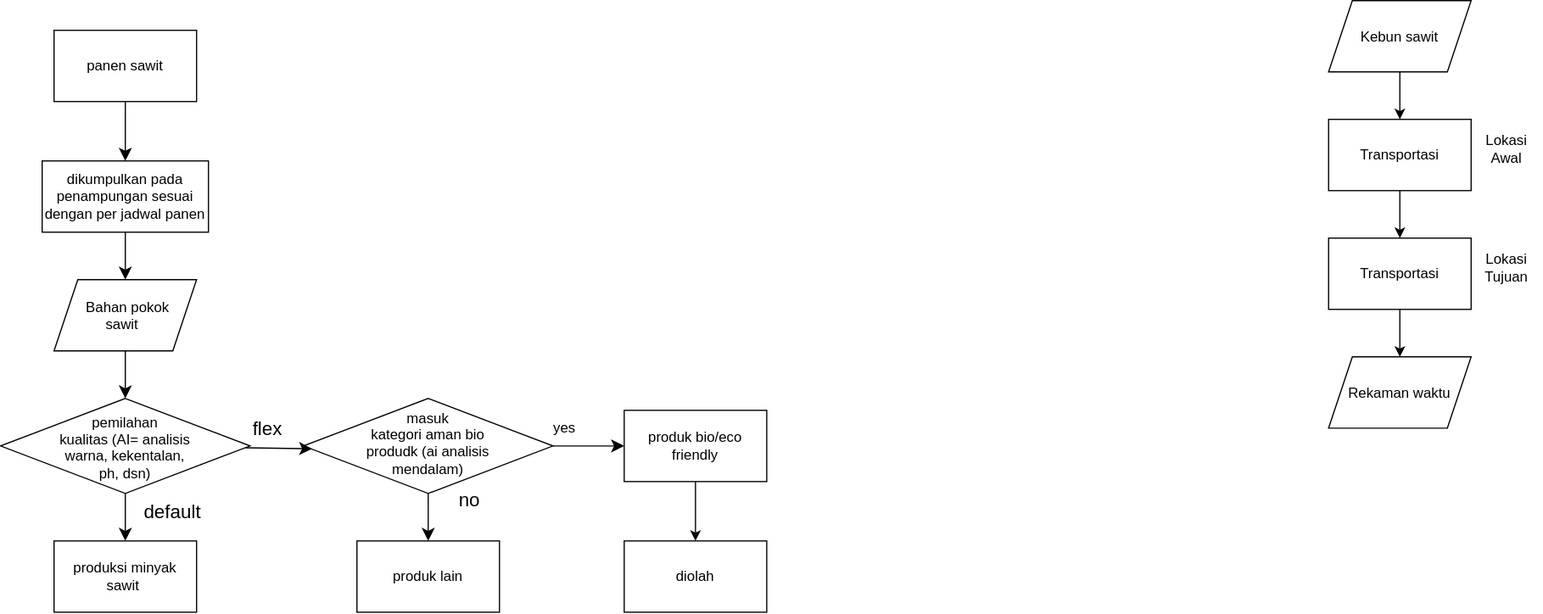
Before: Diagram seluruh rangka project.drawio.svg, a diagram exported from draw.io (marrrinmarmar/sawight). Source tidied: cells renumbered, new cells last; positions are measured from the earlier drawing's top-left corner, leaving out a move shared by most shapes.
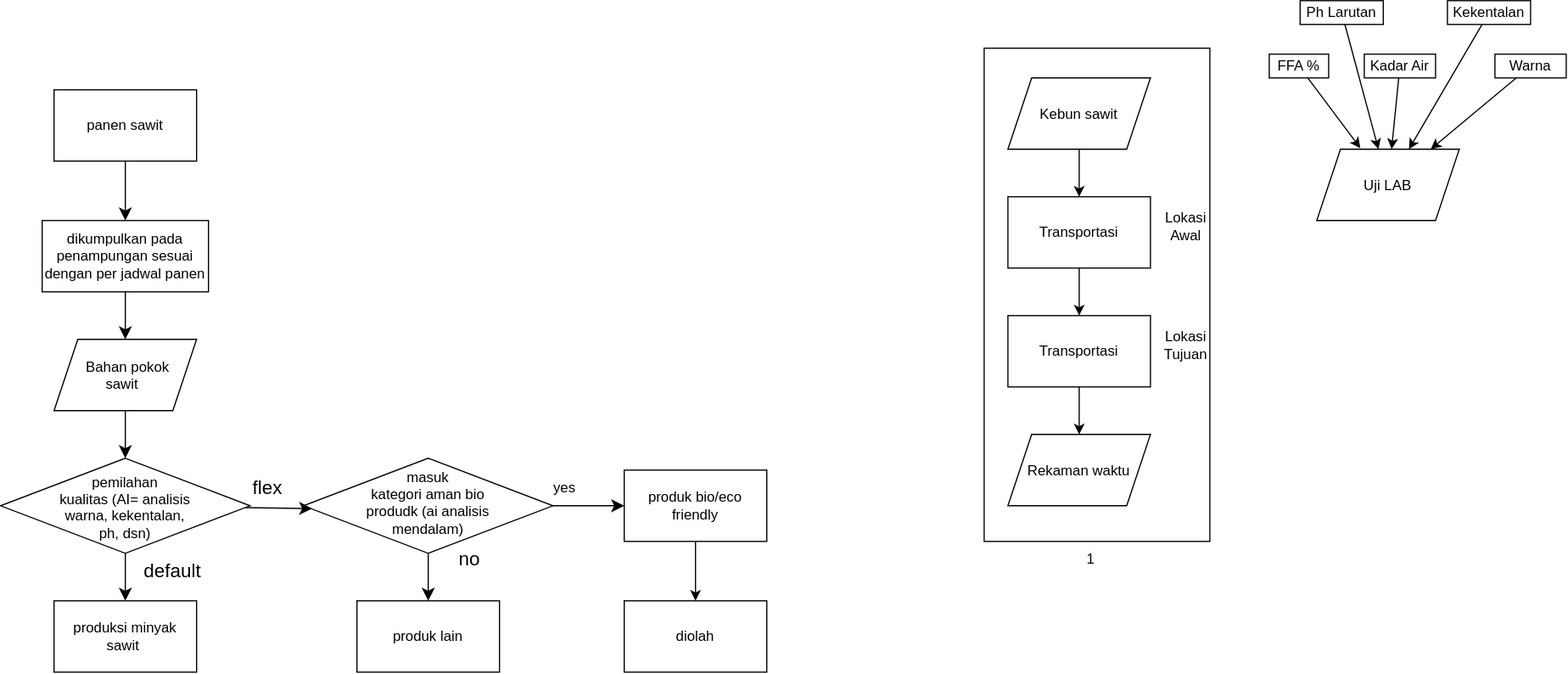
The same diagram one commit later.

The edit, as a diff of the source:
```diff
@@ -65,32 +65,77 @@
     <mxCell id="22" value="diolah" style="whiteSpace=wrap;html=1;" parent="1" vertex="1">
       <mxGeometry x="525" y="455" width="120" height="60" as="geometry" />
     </mxCell>
+    <mxCell id="32" style="group;" parent="1" vertex="1">
+      <mxGeometry x="828" y="-10" width="200" height="445" as="geometry" />
+    </mxCell>
+    <mxCell id="33" style="group;" parent="32" vertex="1">
+      <mxGeometry x="20" y="25" width="180" height="360" as="geometry" />
+    </mxCell>
-    <mxCell id="23" style="edgeStyle=orthogonalEdgeStyle;rounded=0;jettySize=auto;html=1;defaultLabelBackgroundColor=page;" parent="1" edge="1" source="24" target="26">
+    <mxCell id="23" style="edgeStyle=orthogonalEdgeStyle;rounded=0;jettySize=auto;html=1;defaultLabelBackgroundColor=page;" parent="33" edge="1" source="24" target="26">
       <mxGeometry relative="1" as="geometry" />
     </mxCell>
-    <mxCell id="24" value="Kebun sawit" style="shape=parallelogram;perimeter=parallelogramPerimeter;whiteSpace=wrap;html=1;shapeInside=1;fixedSize=1;" parent="1" vertex="1">
-      <mxGeometry x="1118" width="120" height="60" as="geometry" />
+    <mxCell id="24" value="Kebun sawit" style="shape=parallelogram;perimeter=parallelogramPerimeter;whiteSpace=wrap;html=1;shapeInside=1;fixedSize=1;" parent="33" vertex="1">
+      <mxGeometry width="120" height="60" as="geometry" />
     </mxCell>
-    <mxCell id="25" style="edgeStyle=orthogonalEdgeStyle;rounded=0;jettySize=auto;html=1;defaultLabelBackgroundColor=page;" parent="1" edge="1" source="26" target="29">
+    <mxCell id="25" style="edgeStyle=orthogonalEdgeStyle;rounded=0;jettySize=auto;html=1;defaultLabelBackgroundColor=page;" parent="33" edge="1" source="26" target="29">
       <mxGeometry relative="1" as="geometry" />
     </mxCell>
-    <mxCell id="26" value="Transportasi" style="whiteSpace=wrap;html=1;" parent="1" vertex="1">
-      <mxGeometry x="1118" y="100" width="120" height="60" as="geometry" />
+    <mxCell id="26" value="Transportasi" style="whiteSpace=wrap;html=1;" parent="33" vertex="1">
+      <mxGeometry y="100" width="120" height="60" as="geometry" />
     </mxCell>
-    <mxCell id="27" value="Lokasi Awal" style="text;html=1;whiteSpace=wrap;strokeColor=none;fillColor=none;align=center;verticalAlign=middle;rounded=0;" parent="1" vertex="1">
-      <mxGeometry x="1238" y="110" width="60" height="30" as="geometry" />
+    <mxCell id="27" value="Lokasi Awal" style="text;html=1;whiteSpace=wrap;strokeColor=none;fillColor=none;align=center;verticalAlign=middle;rounded=0;" parent="33" vertex="1">
+      <mxGeometry x="120" y="110" width="60" height="30" as="geometry" />
     </mxCell>
-    <mxCell id="28" style="edgeStyle=orthogonalEdgeStyle;rounded=0;jettySize=auto;html=1;defaultLabelBackgroundColor=page;" parent="1" edge="1" source="29" target="31">
+    <mxCell id="28" style="edgeStyle=orthogonalEdgeStyle;rounded=0;jettySize=auto;html=1;defaultLabelBackgroundColor=page;" parent="33" edge="1" source="29" target="31">
       <mxGeometry relative="1" as="geometry" />
     </mxCell>
-    <mxCell id="29" value="Transportasi" style="whiteSpace=wrap;html=1;" parent="1" vertex="1">
-      <mxGeometry x="1118" y="200" width="120" height="60" as="geometry" />
+    <mxCell id="29" value="Transportasi" style="whiteSpace=wrap;html=1;" parent="33" vertex="1">
+      <mxGeometry y="200" width="120" height="60" as="geometry" />
     </mxCell>
-    <mxCell id="30" value="Lokasi Tujuan" style="text;html=1;whiteSpace=wrap;strokeColor=none;fillColor=none;align=center;verticalAlign=middle;rounded=0;" parent="1" vertex="1">
-      <mxGeometry x="1238" y="210" width="60" height="30" as="geometry" />
+    <mxCell id="30" value="Lokasi Tujuan" style="text;html=1;whiteSpace=wrap;strokeColor=none;fillColor=none;align=center;verticalAlign=middle;rounded=0;" parent="33" vertex="1">
+      <mxGeometry x="120" y="210" width="60" height="30" as="geometry" />
     </mxCell>
-    <mxCell id="31" value="Rekaman waktu" style="shape=parallelogram;perimeter=parallelogramPerimeter;whiteSpace=wrap;html=1;shapeInside=1;fixedSize=1;" parent="1" vertex="1">
-      <mxGeometry x="1118" y="300" width="120" height="60" as="geometry" />
+    <mxCell id="31" value="Rekaman waktu" style="shape=parallelogram;perimeter=parallelogramPerimeter;whiteSpace=wrap;html=1;shapeInside=1;fixedSize=1;" parent="33" vertex="1">
+      <mxGeometry y="300" width="120" height="60" as="geometry" />
     </mxCell>
+    <mxCell id="34" style="whiteSpace=wrap;html=1;fillColor=none;" parent="32" vertex="1">
+      <mxGeometry width="190" height="415" as="geometry" />
+    </mxCell>
+    <mxCell id="35" value="1" style="text;html=1;whiteSpace=wrap;strokeColor=none;fillColor=none;align=center;verticalAlign=middle;rounded=0;" parent="32" vertex="1">
+      <mxGeometry x="60" y="415" width="60" height="30" as="geometry" />
+    </mxCell>
+    <mxCell id="36" value="Uji LAB" style="shape=parallelogram;perimeter=parallelogramPerimeter;whiteSpace=wrap;html=1;shapeInside=1;fixedSize=1;" parent="1" vertex="1">
+      <mxGeometry x="1108" y="75" width="120" height="60" as="geometry" />
+    </mxCell>
+    <mxCell id="37" value="FFA %" style="whiteSpace=wrap;html=1;" parent="1" vertex="1">
+      <mxGeometry x="1068" y="-5" width="50" height="20" as="geometry" />
+    </mxCell>
+    <mxCell id="38" style="edgeStyle=none;rounded=0;jettySize=auto;html=1;defaultLabelBackgroundColor=page;" parent="1" edge="1" source="39" target="36">
+      <mxGeometry relative="1" as="geometry" />
+    </mxCell>
+    <mxCell id="39" value="Kadar Air" style="whiteSpace=wrap;html=1;" parent="1" vertex="1">
+      <mxGeometry x="1148" y="-5" width="60" height="20" as="geometry" />
+    </mxCell>
+    <mxCell id="40" value="Warna" style="whiteSpace=wrap;html=1;" parent="1" vertex="1">
+      <mxGeometry x="1258" y="-5" width="60" height="20" as="geometry" />
+    </mxCell>
+    <mxCell id="41" style="edgeStyle=none;rounded=0;jettySize=auto;html=1;defaultLabelBackgroundColor=page;" parent="1" edge="1" source="42" target="36">
+      <mxGeometry relative="1" as="geometry" />
+    </mxCell>
+    <mxCell id="42" value="Ph Larutan" style="whiteSpace=wrap;html=1;" parent="1" vertex="1">
+      <mxGeometry x="1094" y="-50" width="70" height="20" as="geometry" />
+    </mxCell>
+    <mxCell id="43" style="edgeStyle=none;rounded=0;jettySize=auto;html=1;defaultLabelBackgroundColor=page;" parent="1" edge="1" source="44" target="36">
+      <mxGeometry relative="1" as="geometry" />
+    </mxCell>
+    <mxCell id="44" value="Kekentalan" style="whiteSpace=wrap;html=1;" parent="1" vertex="1">
+      <mxGeometry x="1218" y="-50" width="70" height="20" as="geometry" />
+    </mxCell>
+    <mxCell id="45" style="edgeStyle=none;rounded=0;jettySize=auto;html=1;entryX=0.306;entryY=-0.015;entryDx=0;entryDy=0;entryPerimeter=0;defaultLabelBackgroundColor=page;" parent="1" edge="1" source="37" target="36">
+      <mxGeometry relative="1" as="geometry" />
+    </mxCell>
+    <mxCell id="46" style="edgeStyle=none;rounded=0;jettySize=auto;html=1;entryX=0.8;entryY=-0.001;entryDx=0;entryDy=0;entryPerimeter=0;defaultLabelBackgroundColor=page;" parent="1" edge="1" source="40" target="36">
+      <mxGeometry relative="1" as="geometry" />
+    </mxCell>
   </root>
 </mxGraphModel>
```
